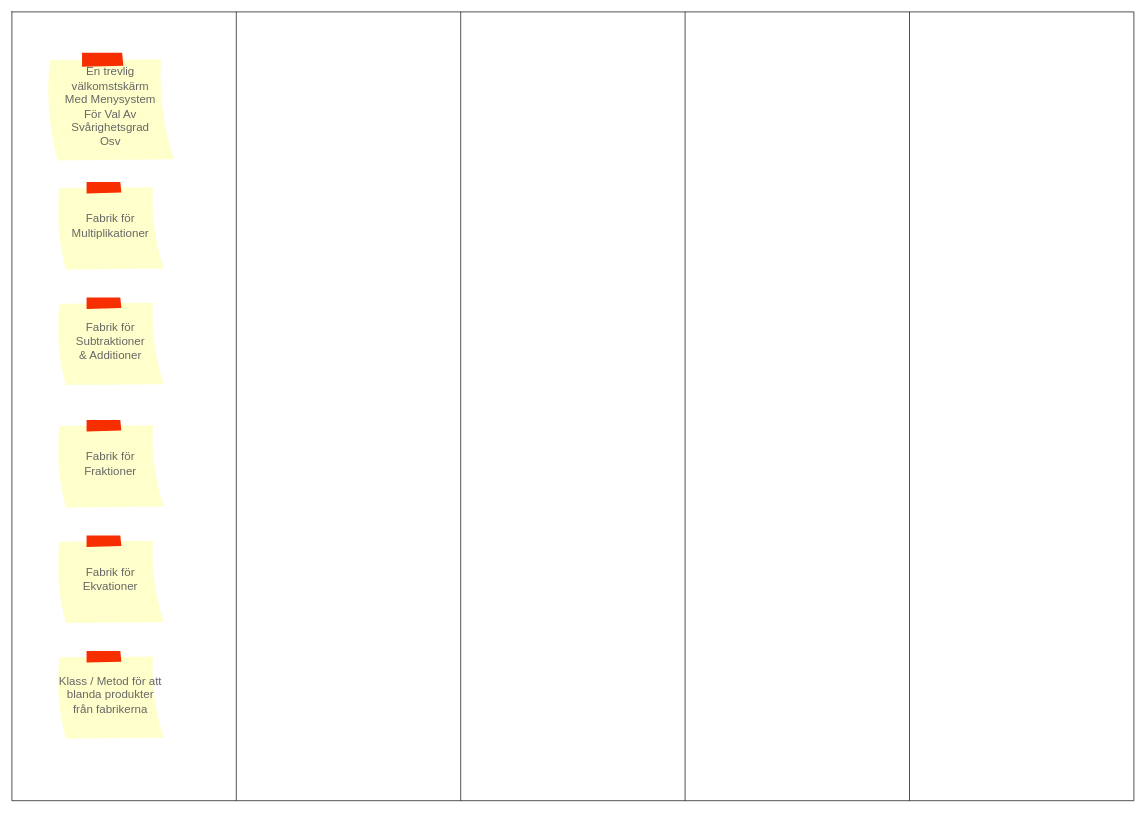
This is Planning/kannban.drawio from alexwigforss/matteattackerar, a draw.io file, before an edit. Source tidied: cells renumbered, new cells numbered last; positions are measured from the earlier drawing's top-left corner, leaving out a move shared by most shapes. Both pictures are drawn from the tidied source at 68%, with x=0, y=0 at pixel (12, 12).
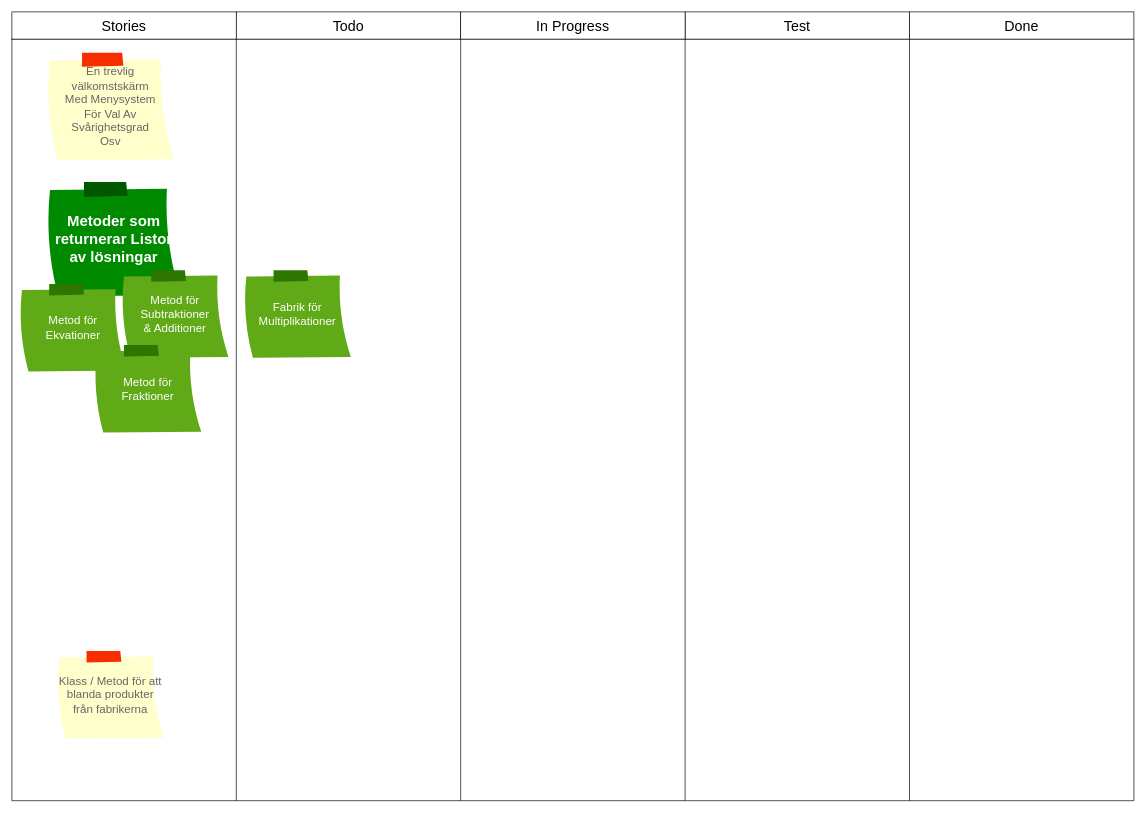
After the change.

Change to the diagram source:
```diff
@@
     <mxCell id="2" style="shape=table;startSize=0;childLayout=tableLayout;" parent="1" vertex="1">
-      <mxGeometry width="1650" height="1160" as="geometry" />
+      <mxGeometry y="40" width="1650" height="1120" as="geometry" />
     </mxCell>
     <mxCell id="3" style="shape=partialRectangle;fillColor=none;top=0;left=0;bottom=0;right=0;" parent="2" vertex="1">
-      <mxGeometry width="1650" height="1160" as="geometry" />
+      <mxGeometry width="1650" height="1120" as="geometry" />
     </mxCell>
     <mxCell id="4" style="shape=partialRectangle;html=1;whiteSpace=wrap;overflow=hidden;fillColor=none;top=0;left=0;bottom=0;right=0;" parent="3" vertex="1">
-      <mxGeometry width="330" height="1160" as="geometry" />
+      <mxGeometry width="330" height="1120" as="geometry" />
     </mxCell>
     <mxCell id="5" style="shape=partialRectangle;html=1;whiteSpace=wrap;overflow=hidden;fillColor=none;top=0;left=0;bottom=0;right=0;" parent="3" vertex="1">
-      <mxGeometry x="330" width="330" height="1160" as="geometry" />
+      <mxGeometry x="330" width="330" height="1120" as="geometry" />
     </mxCell>
     <mxCell id="6" style="shape=partialRectangle;html=1;whiteSpace=wrap;overflow=hidden;fillColor=none;top=0;left=0;bottom=0;right=0;" parent="3" vertex="1">
-      <mxGeometry x="660" width="330" height="1160" as="geometry" />
+      <mxGeometry x="660" width="330" height="1120" as="geometry" />
     </mxCell>
     <mxCell id="7" style="shape=partialRectangle;html=1;whiteSpace=wrap;overflow=hidden;fillColor=none;top=0;left=0;bottom=0;right=0;" parent="3" vertex="1">
-      <mxGeometry x="990" width="330" height="1160" as="geometry" />
+      <mxGeometry x="990" width="330" height="1120" as="geometry" />
     </mxCell>
     <mxCell id="8" style="shape=partialRectangle;html=1;whiteSpace=wrap;overflow=hidden;fillColor=none;top=0;left=0;bottom=0;right=0;" parent="3" vertex="1">
-      <mxGeometry x="1320" width="330" height="1160" as="geometry" />
+      <mxGeometry x="1320" width="330" height="1120" as="geometry" />
     </mxCell>
@@
-    <mxCell id="10" value="Fabrik för&lt;br&gt;Multiplikationer" style="strokeWidth=1;shadow=0;dashed=0;align=center;html=1;shape=mxgraph.mockup.text.stickyNote2;fontColor=#666666;mainText=;fontSize=17;whiteSpace=wrap;fillColor=#ffffcc;strokeColor=#F62E00;" parent="1" vertex="1">
-      <mxGeometry x="65" y="250" width="160" height="130" as="geometry" />
+    <mxCell id="10" value="Fabrik för&lt;br&gt;Multiplikationer" style="strokeWidth=1;shadow=0;dashed=0;align=center;html=1;shape=mxgraph.mockup.text.stickyNote2;fontColor=#ffffff;mainText=;fontSize=17;whiteSpace=wrap;fillColor=#60a917;strokeColor=#2D7600;" parent="1" vertex="1">
+      <mxGeometry x="340" y="380" width="160" height="130" as="geometry" />
     </mxCell>
+    <mxCell id="12" value="&lt;b&gt;&lt;font style=&quot;font-size: 22px&quot;&gt;Metoder som returnerar Listor av lösningar&lt;/font&gt;&lt;/b&gt;" style="strokeWidth=1;shadow=0;dashed=0;align=center;html=1;shape=mxgraph.mockup.text.stickyNote2;mainText=;fontSize=17;whiteSpace=wrap;fillColor=#008a00;strokeColor=#005700;fontColor=#ffffff;" parent="1" vertex="1">
+      <mxGeometry x="50" y="250" width="200" height="170" as="geometry" />
+    </mxCell>
+    <mxCell id="14" value="Klass / Metod för att blanda produkter från fabrikerna" style="strokeWidth=1;shadow=0;dashed=0;align=center;html=1;shape=mxgraph.mockup.text.stickyNote2;fontColor=#666666;mainText=;fontSize=17;whiteSpace=wrap;fillColor=#ffffcc;strokeColor=#F62E00;" parent="1" vertex="1">
+      <mxGeometry x="65" y="940" width="160" height="130" as="geometry" />
+    </mxCell>
+    <mxCell id="15" value="&lt;font style=&quot;font-size: 21px&quot;&gt;Stories&lt;/font&gt;" style="rounded=0;whiteSpace=wrap;html=1;" parent="1" vertex="1">
+      <mxGeometry width="330" height="40" as="geometry" />
+    </mxCell>
+    <mxCell id="16" value="&lt;font style=&quot;font-size: 21px&quot;&gt;Todo&lt;/font&gt;" style="rounded=0;whiteSpace=wrap;html=1;" parent="1" vertex="1">
+      <mxGeometry x="330" width="330" height="40" as="geometry" />
+    </mxCell>
+    <mxCell id="17" value="&lt;font style=&quot;font-size: 21px&quot;&gt;Done&lt;/font&gt;" style="rounded=0;whiteSpace=wrap;html=1;" parent="1" vertex="1">
+      <mxGeometry x="1320" width="330" height="40" as="geometry" />
+    </mxCell>
+    <mxCell id="18" value="&lt;font style=&quot;font-size: 21px&quot;&gt;Test&lt;/font&gt;" style="rounded=0;whiteSpace=wrap;html=1;" parent="1" vertex="1">
+      <mxGeometry x="990" width="330" height="40" as="geometry" />
+    </mxCell>
+    <mxCell id="19" value="&lt;font style=&quot;font-size: 21px&quot;&gt;In Progress&lt;/font&gt;" style="rounded=0;whiteSpace=wrap;html=1;" parent="1" vertex="1">
+      <mxGeometry x="660" width="330" height="40" as="geometry" />
+    </mxCell>
-    <mxCell id="11" value="Fabrik för&lt;br&gt;Subtraktioner&lt;br&gt;&amp;amp; Additioner" style="strokeWidth=1;shadow=0;dashed=0;align=center;html=1;shape=mxgraph.mockup.text.stickyNote2;fontColor=#666666;mainText=;fontSize=17;whiteSpace=wrap;fillColor=#ffffcc;strokeColor=#F62E00;" parent="1" vertex="1">
-      <mxGeometry x="65" y="420" width="160" height="130" as="geometry" />
+    <mxCell id="11" value="Metod för&lt;br&gt;Subtraktioner&lt;br&gt;&amp;amp; Additioner" style="strokeWidth=1;shadow=0;dashed=0;align=center;html=1;shape=mxgraph.mockup.text.stickyNote2;fontColor=#ffffff;mainText=;fontSize=17;whiteSpace=wrap;fillColor=#60a917;strokeColor=#2D7600;" parent="1" vertex="1">
+      <mxGeometry x="160" y="380" width="160" height="130" as="geometry" />
     </mxCell>
-    <mxCell id="12" value="Fabrik för&lt;br&gt;Fraktioner" style="strokeWidth=1;shadow=0;dashed=0;align=center;html=1;shape=mxgraph.mockup.text.stickyNote2;fontColor=#666666;mainText=;fontSize=17;whiteSpace=wrap;fillColor=#ffffcc;strokeColor=#F62E00;" parent="1" vertex="1">
-      <mxGeometry x="65" y="600" width="160" height="130" as="geometry" />
-    </mxCell>
+    <mxCell id="20" value="Metod för&lt;br&gt;Fraktioner" style="strokeWidth=1;shadow=0;dashed=0;align=center;html=1;shape=mxgraph.mockup.text.stickyNote2;fontColor=#ffffff;mainText=;fontSize=17;whiteSpace=wrap;fillColor=#60a917;strokeColor=#2D7600;" parent="1" vertex="1">
+      <mxGeometry x="120" y="490" width="160" height="130" as="geometry" />
+    </mxCell>
-    <mxCell id="13" value="Fabrik för &lt;br&gt;Ekvationer" style="strokeWidth=1;shadow=0;dashed=0;align=center;html=1;shape=mxgraph.mockup.text.stickyNote2;fontColor=#666666;mainText=;fontSize=17;whiteSpace=wrap;fillColor=#ffffcc;strokeColor=#F62E00;" parent="1" vertex="1">
-      <mxGeometry x="65" y="770" width="160" height="130" as="geometry" />
+    <mxCell id="13" value="Metod för &lt;br&gt;Ekvationer" style="strokeWidth=1;shadow=0;dashed=0;align=center;html=1;shape=mxgraph.mockup.text.stickyNote2;fontColor=#ffffff;mainText=;fontSize=17;whiteSpace=wrap;fillColor=#60a917;strokeColor=#2D7600;" parent="1" vertex="1">
+      <mxGeometry x="10" y="400" width="160" height="130" as="geometry" />
     </mxCell>
-    <mxCell id="14" value="Klass / Metod för att blanda produkter från fabrikerna" style="strokeWidth=1;shadow=0;dashed=0;align=center;html=1;shape=mxgraph.mockup.text.stickyNote2;fontColor=#666666;mainText=;fontSize=17;whiteSpace=wrap;fillColor=#ffffcc;strokeColor=#F62E00;" parent="1" vertex="1">
-      <mxGeometry x="65" y="940" width="160" height="130" as="geometry" />
-    </mxCell>
```
